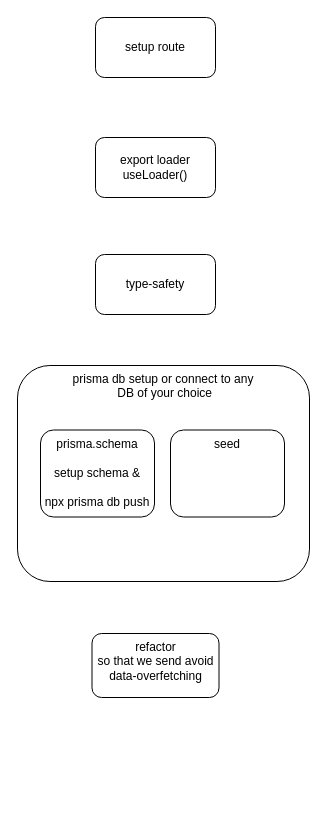
Before: remix.drawio in appsparkler/draw.io, a draw.io diagram. Source tidied: cells renumbered, new cells numbered last; positions are measured from the earlier drawing's top-left corner, leaving out a move shared by most shapes. Both pictures are drawn from the tidied source at 100%, with x=0, y=0 at pixel (17, 17).
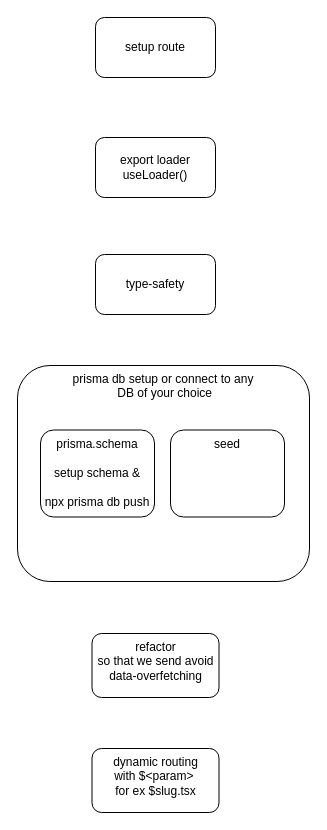
The same diagram, later.

What changed in the source:
```diff
@@
 <mxGraphModel>
   <root>
     <mxCell id="0" />
     <mxCell id="1" parent="0" />
     <mxCell id="2" value="setup route" style="rounded=1;whiteSpace=wrap;html=1;" parent="1" vertex="1">
       <mxGeometry x="78" width="120" height="60" as="geometry" />
     </mxCell>
     <mxCell id="3" value="export loader&lt;br&gt;useLoader()" style="rounded=1;whiteSpace=wrap;html=1;" parent="1" vertex="1">
       <mxGeometry x="78" y="120" width="120" height="60" as="geometry" />
     </mxCell>
     <mxCell id="4" value="type-safety" style="rounded=1;whiteSpace=wrap;html=1;" parent="1" vertex="1">
       <mxGeometry x="78" y="237" width="120" height="60" as="geometry" />
     </mxCell>
     <mxCell id="5" value="prisma db setup or connect to any&lt;br&gt;&amp;nbsp;DB of your choice" style="rounded=1;whiteSpace=wrap;html=1;verticalAlign=top;" parent="1" vertex="1">
       <mxGeometry y="348" width="292" height="216" as="geometry" />
     </mxCell>
     <mxCell id="6" value="prisma.schema&lt;br&gt;&lt;br&gt;setup schema &amp;amp;&lt;br&gt;&lt;br&gt;npx prisma db push" style="rounded=1;whiteSpace=wrap;html=1;verticalAlign=top;" parent="1" vertex="1">
       <mxGeometry x="23" y="412.5" width="114" height="87" as="geometry" />
     </mxCell>
     <mxCell id="7" value="seed&lt;br&gt;&lt;br&gt;" style="rounded=1;whiteSpace=wrap;html=1;verticalAlign=top;" parent="1" vertex="1">
       <mxGeometry x="153" y="412.5" width="114" height="87" as="geometry" />
     </mxCell>
     <mxCell id="8" value="refactor&lt;br&gt;so that we send avoid data-overfetching" style="rounded=1;whiteSpace=wrap;html=1;verticalAlign=top;" parent="1" vertex="1">
       <mxGeometry x="74.5" y="616" width="127" height="64" as="geometry" />
     </mxCell>
+    <mxCell id="9" value="dynamic routing&lt;br&gt;with $&amp;lt;param&amp;gt;&amp;nbsp;&lt;br&gt;for ex $slug.tsx" style="rounded=1;whiteSpace=wrap;html=1;verticalAlign=top;" parent="1" vertex="1">
+      <mxGeometry x="74.5" y="731" width="127" height="64" as="geometry" />
+    </mxCell>
   </root>
 </mxGraphModel>
```
